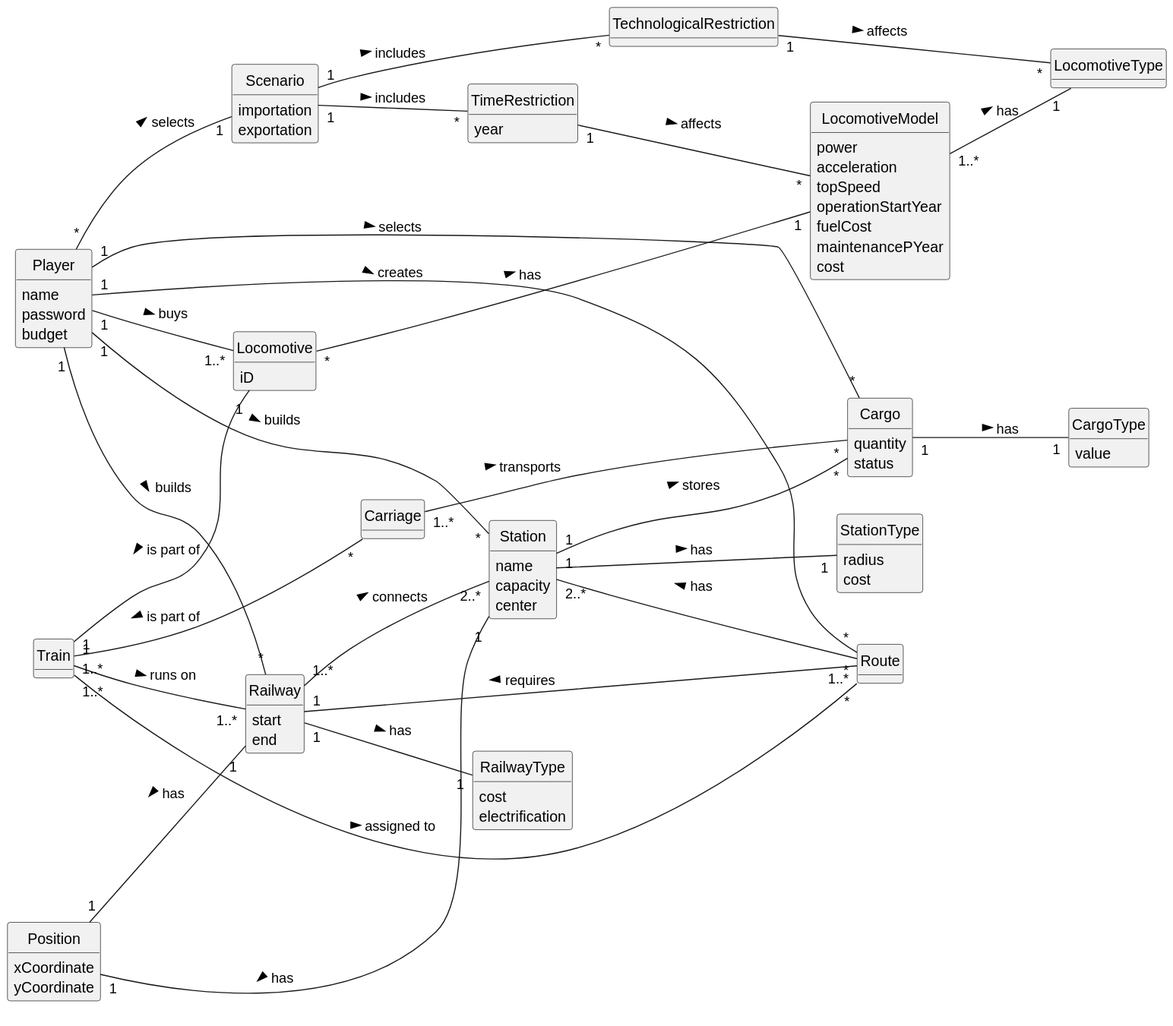
Before: Sprint2/US010/02.analysis/svg/US010-DM.svg, a diagram exported from PlantUML (1240935/pi2-railway-simulator).
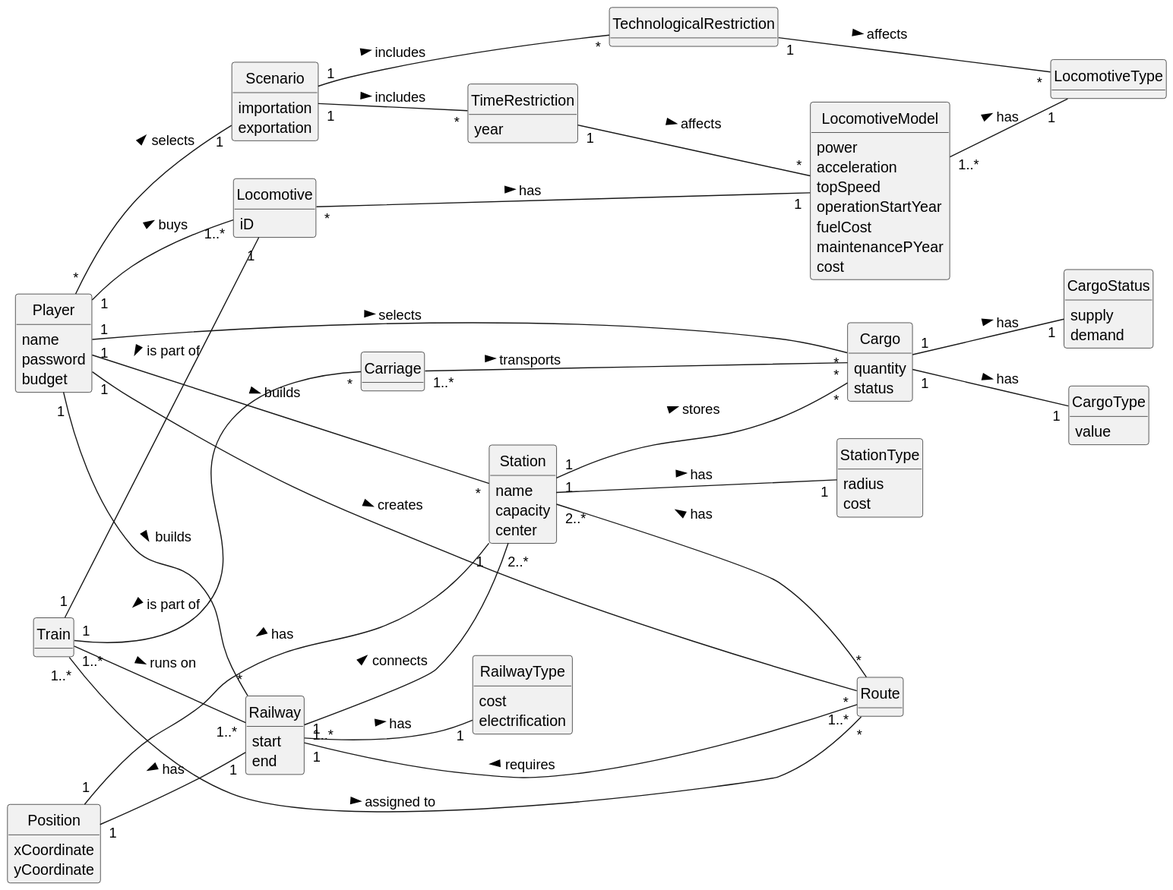
After the commit.

The edit, as a diff of the source:
```diff
@@ -87,6 +87,13 @@
     exportation
 }
 
+class CargoStatus{
+    supply
+    demand
+}
+
+
+
 Player "*" -- "1" Scenario : selects >
 Player "1" -- "*" Station : builds >
 Player "1" -- "*" Route : creates >
@@ -118,6 +125,7 @@
 Railway "1" -- "1" RailwayType: has >
 
 Cargo "1" -- "1" CargoType: has >
+Cargo "1" -- "1" CargoStatus: has >
 
 Train "1" -- "1" Locomotive: is part of <
 Train "1" -- "*" Carriage: is part of <
```
